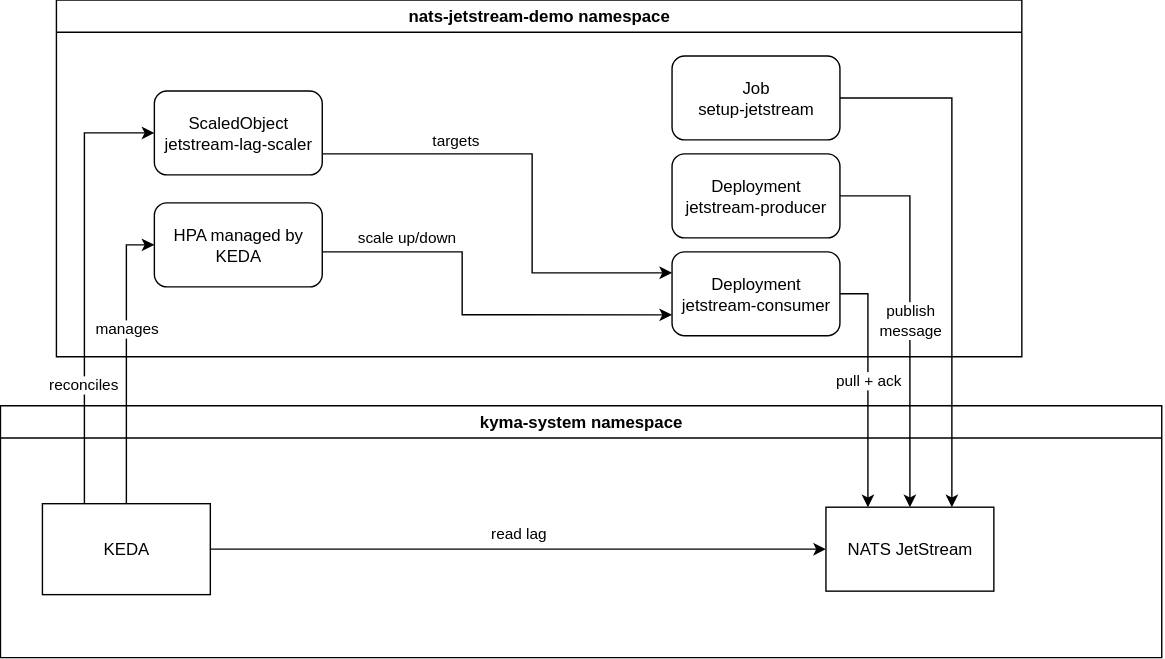
Before: examples/nats-jetstream-scaler/assets/nats-jetstream-keda-integration.drawio.svg, a diagram exported from draw.io (kyma-project/keda-manager). Source tidied: cells renumbered, new cells last; positions are measured from the earlier drawing's top-left corner, leaving out a move shared by most shapes.
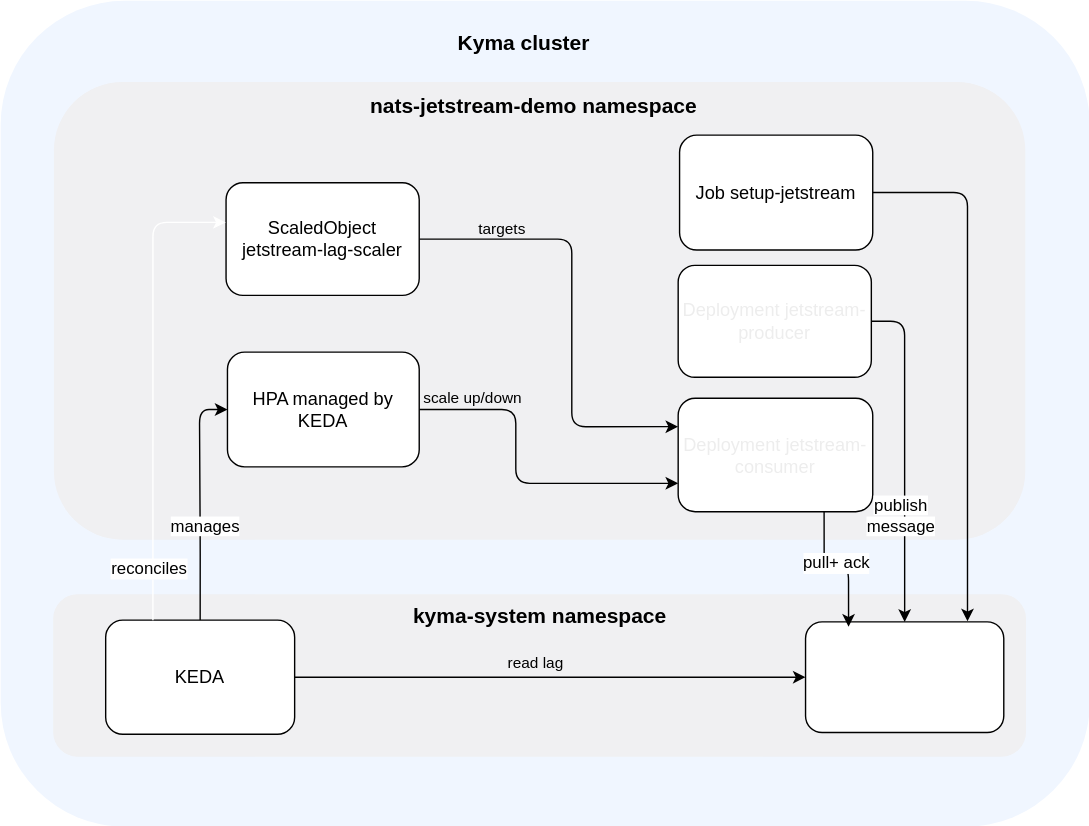
Later version of the same file.

Commit message:
Update diagram and removed the installation section

The edit, as a diff of the source:
```diff
@@ -1,96 +1,116 @@
-<mxGraphModel>
+<mxGraphModel background="light-dark(#FFFFFF,#FFFFFF)">
   <root>
     <mxCell id="0" />
     <mxCell id="1" parent="0" />
-    <mxCell id="2" value="nats-jetstream-demo namespace" style="swimlane;whiteSpace=wrap;html=1;" parent="1" vertex="1">
-      <mxGeometry x="40" width="690" height="255" as="geometry" />
-    </mxCell>
+    <mxCell id="26" style="rounded=1;whiteSpace=wrap;html=1;fillColor=light-dark(#F0F6FF,#F0F6FF);strokeColor=none;" parent="1" vertex="1">
+      <mxGeometry x="764" y="-233" width="778" height="590" as="geometry" />
+    </mxCell>
+    <mxCell id="27" value="&lt;b&gt;&lt;font style=&quot;font-size: 15px;&quot;&gt;Kyma cluster&lt;/font&gt;&lt;/b&gt;" style="text;html=1;whiteSpace=wrap;align=center;verticalAlign=middle;rounded=0;strokeColor=none;fillColor=none;fontColor=light-dark(#000000,#000000);" parent="1" vertex="1">
+      <mxGeometry x="1082.1" y="-218" width="111.8" height="30" as="geometry" />
+    </mxCell>
+    <mxCell id="28" style="rounded=1;whiteSpace=wrap;html=1;fillColor=light-dark(#F0F0F2,#DEF2DD);strokeColor=none;" parent="1" vertex="1">
+      <mxGeometry x="802" y="-175" width="694" height="327" as="geometry" />
+    </mxCell>
+    <mxCell id="29" value="&lt;div&gt;&lt;br&gt;&lt;/div&gt;&lt;div&gt;&lt;br&gt;&lt;/div&gt;" style="rounded=1;whiteSpace=wrap;html=1;fillColor=light-dark(#F0F0F2,#DEF2DD);strokeColor=none;" parent="1" vertex="1">
+      <mxGeometry x="801.5" y="191" width="695" height="116" as="geometry" />
+    </mxCell>
-    <mxCell id="3" style="edgeStyle=orthogonalEdgeStyle;rounded=0;jettySize=auto;html=1;exitX=1;exitY=0.75;exitDx=0;exitDy=0;entryX=0;entryY=0.25;entryDx=0;entryDy=0;" parent="2" edge="1" source="5" target="9">
+    <mxCell id="3" style="edgeStyle=orthogonalEdgeStyle;rounded=1;jettySize=auto;html=1;exitX=1;exitY=0.5;exitDx=0;exitDy=0;entryX=0;entryY=0.25;entryDx=0;entryDy=0;curved=0;strokeColor=light-dark(#000000,#666666);" parent="1" edge="1" source="5" target="9">
       <mxGeometry relative="1" as="geometry">
         <Array as="points">
-          <mxPoint x="340" y="110" />
-          <mxPoint x="340" y="195" />
+          <mxPoint x="1172" y="-63" />
+          <mxPoint x="1172" y="71" />
         </Array>
       </mxGeometry>
     </mxCell>
-    <mxCell id="4" value="targets" style="edgeLabel;html=1;align=center;verticalAlign=middle;" parent="3" vertex="1">
-      <mxGeometry x="-0.38" y="-1" relative="1" as="geometry">
-        <mxPoint x="-9" y="-11" as="offset" />
+    <mxCell id="4" value="targets" style="edgeLabel;html=1;align=center;verticalAlign=middle;labelBackgroundColor=none;fontColor=light-dark(#000000,#000000);" parent="3" vertex="1">
+      <mxGeometry x="-0.63" y="-2" relative="1" as="geometry">
+        <mxPoint x="-1" y="-10" as="offset" />
       </mxGeometry>
     </mxCell>
-    <mxCell id="5" value="ScaledObject&lt;br&gt;jetstream-lag-scaler" style="rounded=1;whiteSpace=wrap;html=1;" parent="2" vertex="1">
-      <mxGeometry x="70" y="65" width="120" height="60" as="geometry" />
+    <mxCell id="5" value="&lt;font style=&quot;font-size: 13px;&quot;&gt;ScaledObject jetstream-lag-scaler&lt;/font&gt;" style="rounded=1;whiteSpace=wrap;html=1;fillColor=light-dark(#FFFFFF,#FFFFFF);strokeColor=light-dark(#000000,#666666);fontColor=light-dark(#000000,#000000);" parent="1" vertex="1">
+      <mxGeometry x="925" y="-103" width="138" height="80.5" as="geometry" />
     </mxCell>
+    <mxCell id="19" style="edgeStyle=orthogonalEdgeStyle;rounded=1;jettySize=auto;html=1;exitX=0.5;exitY=0;exitDx=0;exitDy=0;entryX=0;entryY=0.5;entryDx=0;entryDy=0;strokeColor=light-dark(#000000,#666666);curved=0;" parent="1" edge="1" source="15" target="6">
+      <mxGeometry relative="1" as="geometry" />
+    </mxCell>
+    <mxCell id="20" value="&lt;span style=&quot;background-color: light-dark(rgb(255, 255, 255), rgb(222, 242, 221));&quot;&gt;manages&lt;/span&gt;" style="edgeLabel;html=1;align=center;verticalAlign=middle;labelBackgroundColor=none;fontColor=light-dark(#000000,#000000);fontSize=12;" parent="19" vertex="1">
+      <mxGeometry x="-0.13" relative="1" as="geometry">
+        <mxPoint x="4" y="7" as="offset" />
+      </mxGeometry>
+    </mxCell>
+    <mxCell id="13" style="edgeStyle=orthogonalEdgeStyle;rounded=1;jettySize=auto;html=1;exitX=1;exitY=0.5;exitDx=0;exitDy=0;entryX=0;entryY=0.5;entryDx=0;entryDy=0;curved=0;strokeColor=light-dark(#000000,#666666);" parent="1" edge="1" source="15" target="16">
+      <mxGeometry relative="1" as="geometry" />
+    </mxCell>
+    <mxCell id="15" value="&lt;span style=&quot;font-size: 13px;&quot;&gt;&lt;font style=&quot;color: light-dark(rgb(0, 0, 0), rgb(0, 0, 0));&quot;&gt;KEDA&lt;/font&gt;&lt;/span&gt;" style="rounded=1;whiteSpace=wrap;html=1;fillColor=light-dark(#FFFFFF,#FFFFFF);strokeColor=light-dark(#000000,#666666);fillStyle=auto;" parent="1" vertex="1">
+      <mxGeometry x="839" y="209.5" width="135" height="81.5" as="geometry" />
+    </mxCell>
+    <mxCell id="30" style="edgeStyle=orthogonalEdgeStyle;rounded=1;jettySize=auto;html=1;exitX=1;exitY=0.5;exitDx=0;exitDy=0;entryX=0;entryY=0.75;entryDx=0;entryDy=0;curved=0;strokeColor=light-dark(#000000,#666666);" parent="1" edge="1" source="6" target="9">
+      <mxGeometry relative="1" as="geometry">
+        <Array as="points">
+          <mxPoint x="1132" y="59" />
+          <mxPoint x="1132" y="112" />
+        </Array>
+      </mxGeometry>
+    </mxCell>
+    <mxCell id="11" value="scale up/down" style="edgeLabel;html=1;align=center;verticalAlign=middle;fontColor=light-dark(#000000,#000000);labelBackgroundColor=none;" parent="30" vertex="1">
+      <mxGeometry x="-0.68" y="-2" relative="1" as="geometry">
+        <mxPoint x="-1" y="-10" as="offset" />
+      </mxGeometry>
+    </mxCell>
-    <mxCell id="6" value="HPA managed by KEDA" style="rounded=1;whiteSpace=wrap;html=1;" parent="2" vertex="1">
-      <mxGeometry x="70" y="145" width="120" height="60" as="geometry" />
+    <mxCell id="6" value="&lt;span&gt;&lt;font style=&quot;color: light-dark(rgb(0, 0, 0), rgb(0, 0, 0)); font-size: 13px;&quot;&gt;HPA managed by KEDA&lt;/font&gt;&lt;/span&gt;" style="rounded=1;whiteSpace=wrap;html=1;fillColor=light-dark(#FFFFFF,#FFFFFF);strokeColor=light-dark(#000000,#666666);" parent="1" vertex="1">
+      <mxGeometry x="926" y="18" width="137" height="82" as="geometry" />
     </mxCell>
+    <mxCell id="22" style="edgeStyle=orthogonalEdgeStyle;rounded=1;jettySize=auto;html=1;exitX=1;exitY=0.5;exitDx=0;exitDy=0;entryX=0.5;entryY=0;entryDx=0;entryDy=0;curved=0;strokeColor=light-dark(#000000,#666666);" parent="1" edge="1" source="8" target="16">
+      <mxGeometry relative="1" as="geometry">
+        <Array as="points">
+          <mxPoint x="1410" y="-4" />
+        </Array>
+      </mxGeometry>
+    </mxCell>
+    <mxCell id="8" value="&lt;span style=&quot;font-family: Helvetica; font-style: normal; font-variant-ligatures: normal; font-variant-caps: normal; font-weight: 400; letter-spacing: normal; orphans: 2; text-align: center; text-indent: 0px; text-transform: none; widows: 2; word-spacing: 0px; -webkit-text-stroke-width: 0px; white-space: normal; text-decoration-thickness: initial; text-decoration-style: initial; text-decoration-color: initial; float: none; display: inline !important;&quot;&gt;&lt;font style=&quot;color: light-dark(rgb(237, 237, 237), rgb(0, 0, 0)); font-size: 13px;&quot;&gt;Deployment jetstream-producer&lt;/font&gt;&lt;/span&gt;" style="rounded=1;whiteSpace=wrap;html=1;fillColor=light-dark(#FFFFFF,#FFFFFF);strokeColor=light-dark(#000000,#666666);" parent="1" vertex="1">
+      <mxGeometry x="1248" y="-44" width="138" height="80" as="geometry" />
+    </mxCell>
+    <mxCell id="16" value="&lt;font style=&quot;color: light-dark(transparent, rgb(0, 0, 0));&quot;&gt;NATS JetStream&lt;/font&gt;" style="rounded=1;whiteSpace=wrap;html=1;fillColor=light-dark(#FFFFFF,#FFFFFF);strokeColor=light-dark(#000000,#666666);" parent="1" vertex="1">
+      <mxGeometry x="1339" y="210.8" width="141.6" height="79" as="geometry" />
+    </mxCell>
-    <mxCell id="7" value="Job&lt;br&gt;setup-jetstream" style="rounded=1;whiteSpace=wrap;html=1;" parent="2" vertex="1">
-      <mxGeometry x="440" y="40" width="120" height="60" as="geometry" />
+    <mxCell id="7" value="&lt;span&gt;&lt;font style=&quot;color: light-dark(rgb(0, 0, 0), rgb(0, 0, 0)); font-size: 13px;&quot;&gt;Job setup-jetstream&lt;/font&gt;&lt;/span&gt;" style="rounded=1;whiteSpace=wrap;html=1;fillColor=light-dark(#FFFFFF,#FFFFFF);strokeColor=light-dark(#000000,#666666);" parent="1" vertex="1">
+      <mxGeometry x="1249" y="-137" width="138" height="82" as="geometry" />
     </mxCell>
-    <mxCell id="8" value="Deployment&lt;div&gt;jetstream-producer&lt;/div&gt;" style="rounded=1;whiteSpace=wrap;html=1;" parent="2" vertex="1">
-      <mxGeometry x="440" y="110" width="120" height="60" as="geometry" />
-    </mxCell>
-    <mxCell id="9" value="Deployment&lt;div&gt;jetstream-consumer&lt;/div&gt;" style="rounded=1;whiteSpace=wrap;html=1;" parent="2" vertex="1">
-      <mxGeometry x="440" y="180" width="120" height="60" as="geometry" />
+    <mxCell id="9" value="&lt;span style=&quot;font-family: Helvetica; font-style: normal; font-variant-ligatures: normal; font-variant-caps: normal; font-weight: 400; letter-spacing: normal; orphans: 2; text-align: center; text-indent: 0px; text-transform: none; widows: 2; word-spacing: 0px; -webkit-text-stroke-width: 0px; white-space: normal; text-decoration-thickness: initial; text-decoration-style: initial; text-decoration-color: initial; float: none; display: inline !important;&quot;&gt;&lt;font style=&quot;color: light-dark(rgb(237, 237, 237), rgb(0, 0, 0)); font-size: 13px;&quot;&gt;Deployment jetstream-consumer&lt;/font&gt;&lt;/span&gt;" style="rounded=1;whiteSpace=wrap;html=1;fillColor=light-dark(#FFFFFF,#FFFFFF);strokeColor=light-dark(#000000,#666666);" parent="1" vertex="1">
+      <mxGeometry x="1248" y="51" width="139" height="81" as="geometry" />
     </mxCell>
-    <mxCell id="10" style="edgeStyle=orthogonalEdgeStyle;rounded=0;orthogonalLoop=1;jettySize=auto;html=1;exitX=1;exitY=0.5;exitDx=0;exitDy=0;entryX=0;entryY=0.667;entryDx=0;entryDy=0;entryPerimeter=0;" parent="2" edge="1">
-      <mxGeometry relative="1" as="geometry">
-        <mxPoint x="190" y="180" as="sourcePoint" />
-        <mxPoint x="440" y="225" as="targetPoint" />
-        <Array as="points">
-          <mxPoint x="290" y="180" />
-          <mxPoint x="290" y="225" />
-        </Array>
-      </mxGeometry>
-    </mxCell>
-    <mxCell id="11" value="scale up/down" style="edgeLabel;html=1;align=center;verticalAlign=middle;" parent="10" vertex="1">
-      <mxGeometry x="-0.57" y="1" relative="1" as="geometry">
-        <mxPoint x="-3" y="-9" as="offset" />
-      </mxGeometry>
-    </mxCell>
+    <mxCell id="2" value="&lt;font style=&quot;font-size: 15px;&quot;&gt;&lt;b&gt;nats-jetstream-demo namespace&lt;/b&gt;&lt;/font&gt;" style="text;html=1;whiteSpace=wrap;align=center;verticalAlign=middle;rounded=0;strokeColor=none;fillColor=none;fontColor=light-dark(#000000,#000000);" parent="1" vertex="1">
+      <mxGeometry x="1020.3" y="-173" width="250.4" height="30" as="geometry" />
+    </mxCell>
-    <mxCell id="12" value="kyma-system namespace" style="swimlane;whiteSpace=wrap;html=1;" parent="1" vertex="1">
-      <mxGeometry y="290" width="830" height="180" as="geometry" />
+    <mxCell id="12" value="&lt;font style=&quot;font-size: 15px;&quot;&gt;&lt;b&gt;kyma-system namespace&lt;/b&gt;&lt;/font&gt;" style="text;html=1;whiteSpace=wrap;align=center;verticalAlign=middle;rounded=0;strokeColor=none;fillColor=none;fontColor=light-dark(#000000,#000000);" parent="1" vertex="1">
+      <mxGeometry x="1054.6" y="191" width="188.8" height="30" as="geometry" />
     </mxCell>
-    <mxCell id="13" style="edgeStyle=orthogonalEdgeStyle;rounded=0;jettySize=auto;html=1;exitX=1;exitY=0.5;exitDx=0;exitDy=0;entryX=0;entryY=0.5;entryDx=0;entryDy=0;" parent="12" edge="1" source="15" target="16">
-      <mxGeometry relative="1" as="geometry" />
-    </mxCell>
-    <mxCell id="14" value="read lag" style="edgeLabel;html=1;align=center;verticalAlign=middle;" parent="13" vertex="1">
-      <mxGeometry x="-0.05" y="-1" relative="1" as="geometry">
-        <mxPoint x="11" y="-13" as="offset" />
-      </mxGeometry>
-    </mxCell>
-    <mxCell id="15" value="KEDA" style="whiteSpace=wrap;html=1;" parent="12" vertex="1">
-      <mxGeometry x="30" y="70" width="120" height="65" as="geometry" />
-    </mxCell>
-    <mxCell id="16" value="NATS JetStream" style="whiteSpace=wrap;html=1;" parent="12" vertex="1">
-      <mxGeometry x="590" y="72.5" width="120" height="60" as="geometry" />
-    </mxCell>
-    <mxCell id="17" style="edgeStyle=orthogonalEdgeStyle;rounded=0;jettySize=auto;html=1;exitX=0.25;exitY=0;exitDx=0;exitDy=0;entryX=0;entryY=0.5;entryDx=0;entryDy=0;" parent="1" edge="1" source="15" target="5">
+    <mxCell id="17" style="edgeStyle=orthogonalEdgeStyle;rounded=1;jettySize=auto;html=1;exitX=0.25;exitY=0;exitDx=0;exitDy=0;entryX=-0.001;entryY=0.352;entryDx=0;entryDy=0;entryPerimeter=0;fontColor=light-dark(#000000,#000000);strokeColor=light-dark(#FFFFFF,#666666);startSize=6;endSize=6;strokeWidth=1;curved=0;" parent="1" edge="1" source="15" target="5">
       <mxGeometry relative="1" as="geometry" />
     </mxCell>
-    <mxCell id="18" value="reconciles" style="edgeLabel;html=1;align=center;verticalAlign=middle;" parent="17" vertex="1">
-      <mxGeometry x="-0.46" y="1" relative="1" as="geometry" />
+    <mxCell id="18" value="&lt;font style=&quot;color: light-dark(rgb(0, 0, 0), rgb(0, 0, 0));&quot;&gt;reconciles&lt;/font&gt;" style="edgeLabel;align=center;verticalAlign=middle;fontSize=12;html=1;labelBackgroundColor=light-dark(#FFFFFF,#F0F6FF);" parent="17" vertex="1">
+      <mxGeometry x="-0.81" y="-3" relative="1" as="geometry">
+        <mxPoint x="-6" y="-4" as="offset" />
+      </mxGeometry>
     </mxCell>
-    <mxCell id="19" style="edgeStyle=orthogonalEdgeStyle;rounded=0;jettySize=auto;html=1;exitX=0.5;exitY=0;exitDx=0;exitDy=0;entryX=0;entryY=0.5;entryDx=0;entryDy=0;" parent="1" edge="1" source="15" target="6">
-      <mxGeometry relative="1" as="geometry" />
-    </mxCell>
-    <mxCell id="20" value="manages" style="edgeLabel;html=1;align=center;verticalAlign=middle;" parent="19" vertex="1">
-      <mxGeometry x="0.23" relative="1" as="geometry" />
-    </mxCell>
+    <mxCell id="14" value="read lag" style="edgeLabel;html=1;align=center;verticalAlign=middle;fontColor=light-dark(#000000,#000000);labelBackgroundColor=none;" parent="1" vertex="1">
+      <mxGeometry x="1145.5" y="240" as="geometry" />
+    </mxCell>
+    <mxCell id="24" style="edgeStyle=orthogonalEdgeStyle;rounded=1;jettySize=auto;html=1;exitX=0.75;exitY=1;exitDx=0;exitDy=0;entryX=0.217;entryY=0.044;entryDx=0;entryDy=0;entryPerimeter=0;curved=0;strokeColor=light-dark(#000000,#666666);" parent="1" edge="1" source="9" target="16">
+      <mxGeometry relative="1" as="geometry" />
+    </mxCell>
-    <mxCell id="21" style="edgeStyle=orthogonalEdgeStyle;rounded=0;jettySize=auto;html=1;exitX=1;exitY=0.5;exitDx=0;exitDy=0;entryX=0.75;entryY=0;entryDx=0;entryDy=0;" parent="1" edge="1" source="7" target="16">
+    <mxCell id="21" style="edgeStyle=orthogonalEdgeStyle;rounded=1;jettySize=auto;html=1;exitX=1;exitY=0.5;exitDx=0;exitDy=0;entryX=0.817;entryY=-0.005;entryDx=0;entryDy=0;entryPerimeter=0;strokeColor=light-dark(#000000,#666666);curved=0;" parent="1" edge="1" source="7" target="16">
       <mxGeometry relative="1" as="geometry" />
     </mxCell>
-    <mxCell id="22" style="edgeStyle=orthogonalEdgeStyle;rounded=0;jettySize=auto;html=1;exitX=1;exitY=0.5;exitDx=0;exitDy=0;entryX=0.5;entryY=0;entryDx=0;entryDy=0;" parent="1" edge="1" source="8" target="16">
-      <mxGeometry relative="1" as="geometry" />
-    </mxCell>
+    <mxCell id="31" value="&lt;font style=&quot;color: light-dark(rgb(0, 0, 0), rgb(0, 0, 0));&quot;&gt;pull+ ack&lt;/font&gt;" style="edgeLabel;align=center;verticalAlign=middle;fontSize=12;html=1;labelBackgroundColor=light-dark(#FFFFFF,#F0F6FF);" parent="1" vertex="1">
+      <mxGeometry x="1333" y="162" as="geometry">
+        <mxPoint x="28" y="7" as="offset" />
+      </mxGeometry>
+    </mxCell>
-    <mxCell id="23" value="publish&lt;br&gt;message" style="edgeLabel;html=1;align=center;verticalAlign=middle;" parent="22" vertex="1">
-      <mxGeometry x="0.02" relative="1" as="geometry" />
+    <mxCell id="23" value="&lt;span style=&quot;background-color: light-dark(rgb(255, 255, 255), rgb(222, 242, 221));&quot;&gt;publish &lt;br&gt;message&lt;/span&gt;" style="edgeLabel;html=1;align=center;verticalAlign=middle;labelBackgroundColor=none;fontColor=light-dark(#000000,#000000);fontSize=12;" parent="1" vertex="1">
+      <mxGeometry x="1406" y="145" as="geometry">
+        <mxPoint x="1" y="-10" as="offset" />
+      </mxGeometry>
     </mxCell>
-    <mxCell id="24" style="edgeStyle=orthogonalEdgeStyle;rounded=0;jettySize=auto;html=1;exitX=1;exitY=0.5;exitDx=0;exitDy=0;entryX=0.25;entryY=0;entryDx=0;entryDy=0;" parent="1" edge="1" source="9" target="16">
-      <mxGeometry relative="1" as="geometry" />
-    </mxCell>
-    <mxCell id="25" value="pull + ack" style="edgeLabel;html=1;align=center;verticalAlign=middle;" parent="24" vertex="1">
-      <mxGeometry x="-0.05" relative="1" as="geometry" />
-    </mxCell>
   </root>
 </mxGraphModel>
```
